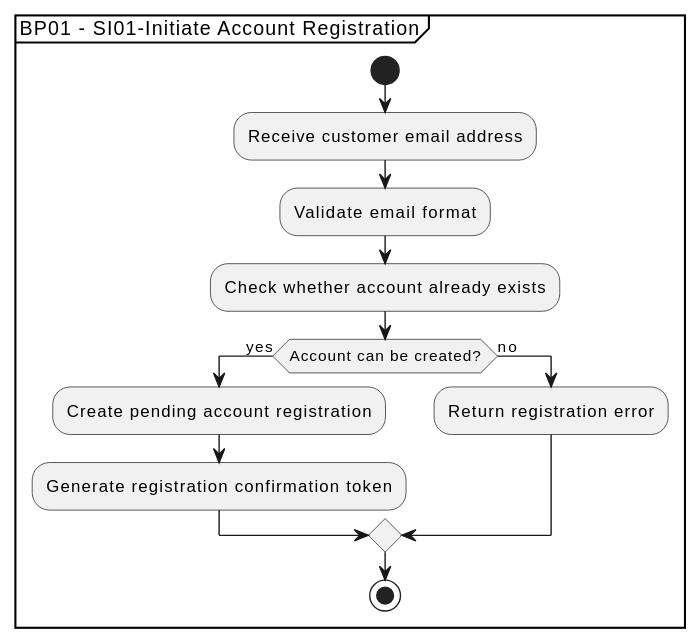
Earlier version of the PlantUML export 2.System Interactions/1.SystemInteractionDiagrams/BP01-SI01-Initiate-Account-Registration.svg (aaberg/builders-clinic-fix-me).
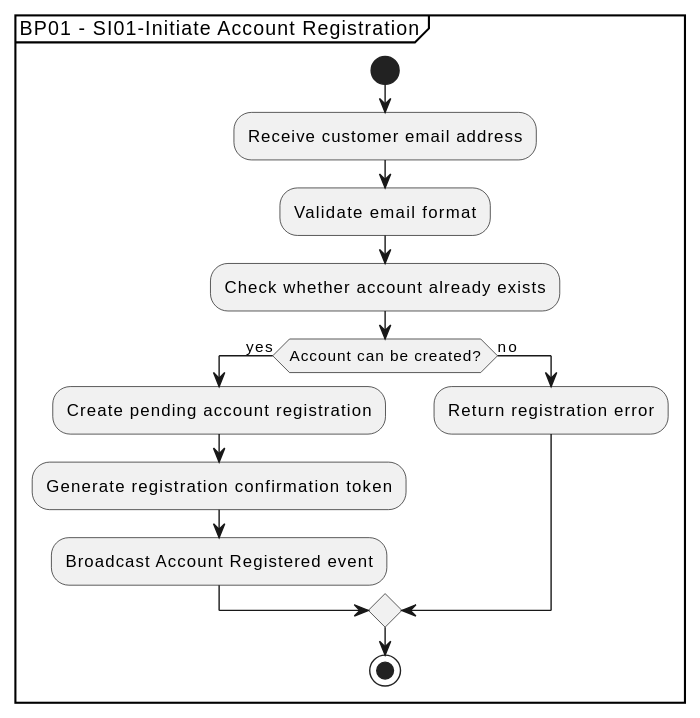
After the change.

Commit message:
Sync account registration interaction SVGs

Diff of the diagram source:
```diff
@@ -7,6 +7,7 @@
   if (Account can be created?) then (yes)
     :Create pending account registration;
     :Generate registration confirmation token;
+    :Broadcast Account Registered event;
   else (no)
     :Return registration error;
   endif
```
